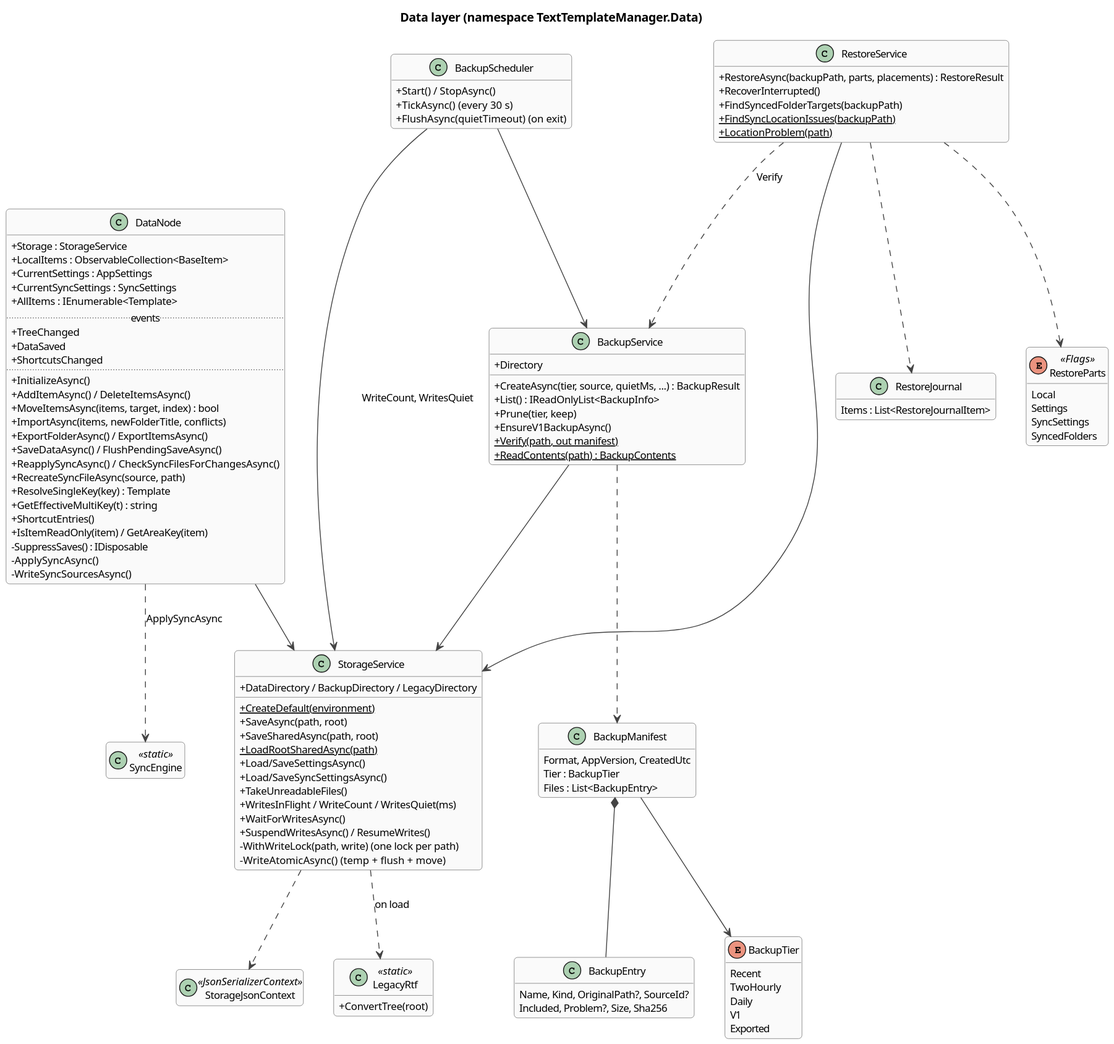
This is docs/architecture/diagrams/class-data.svg from halatsWol/TextTemplateManager-v2, a PlantUML export, as it was before one commit.
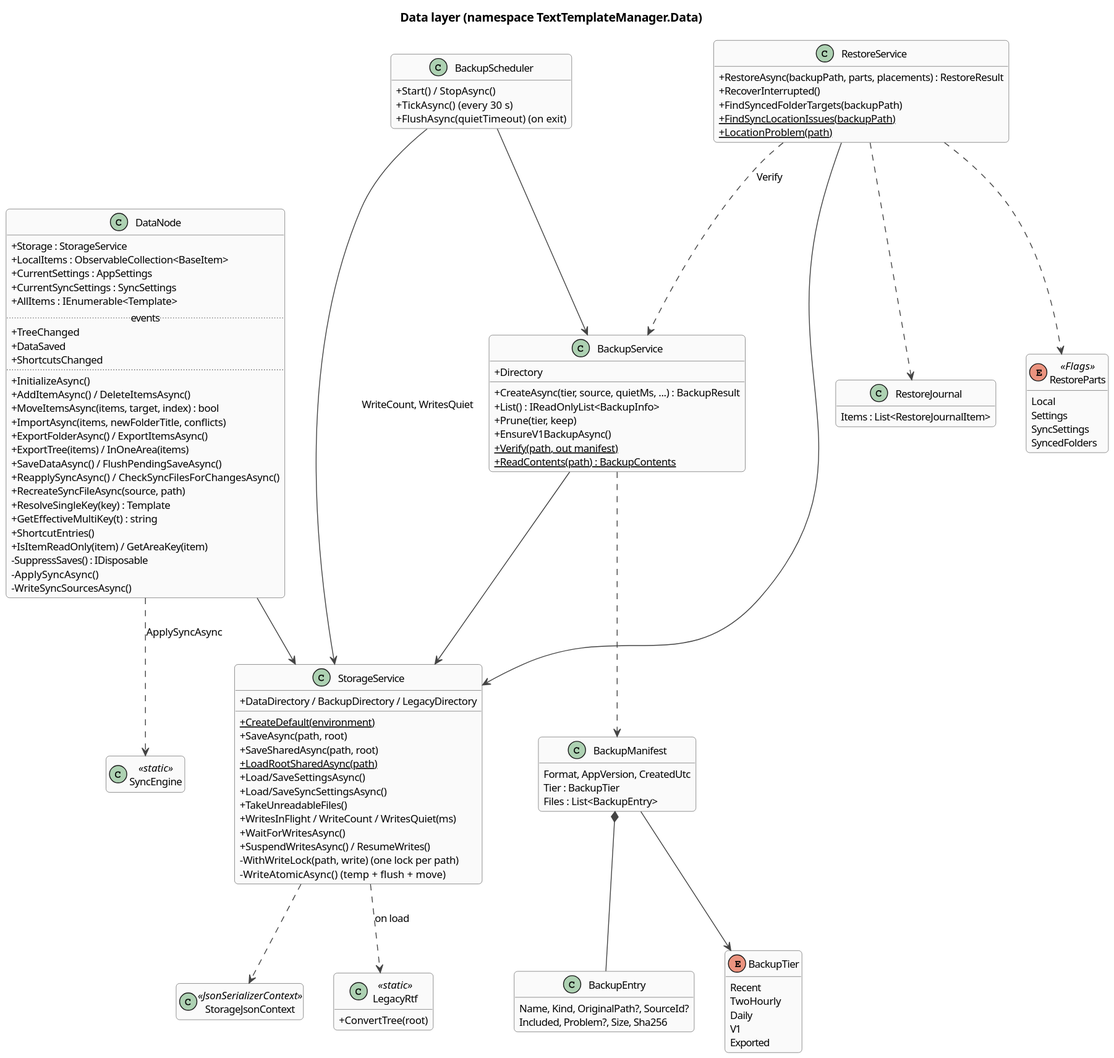
Above is the later version.

Change to the diagram source:
```diff
@@ -18,6 +18,7 @@
   +MoveItemsAsync(items, target, index) : bool
   +ImportAsync(items, newFolderTitle, conflicts)
   +ExportFolderAsync() / ExportItemsAsync()
+  +ExportTree(items) / InOneArea(items)
   +SaveDataAsync() / FlushPendingSaveAsync()
   +ReapplySyncAsync() / CheckSyncFilesForChangesAsync()
   +RecreateSyncFileAsync(source, path)
```
